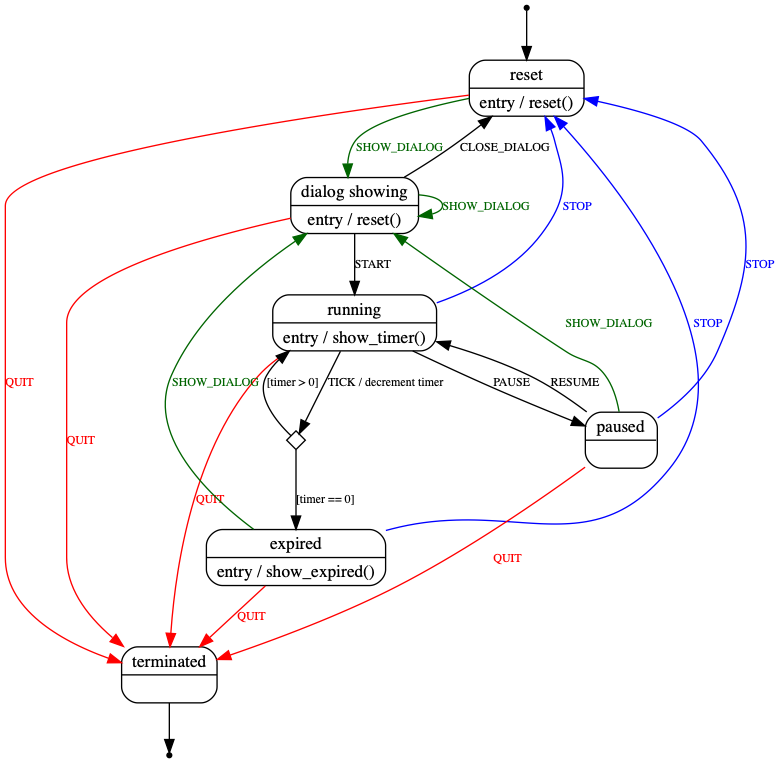
The Graphviz diagram docs/states.png in kristopherjohnson/MenubarCountdown, before a commit. Its source is kept beside it as docs/states.gv.
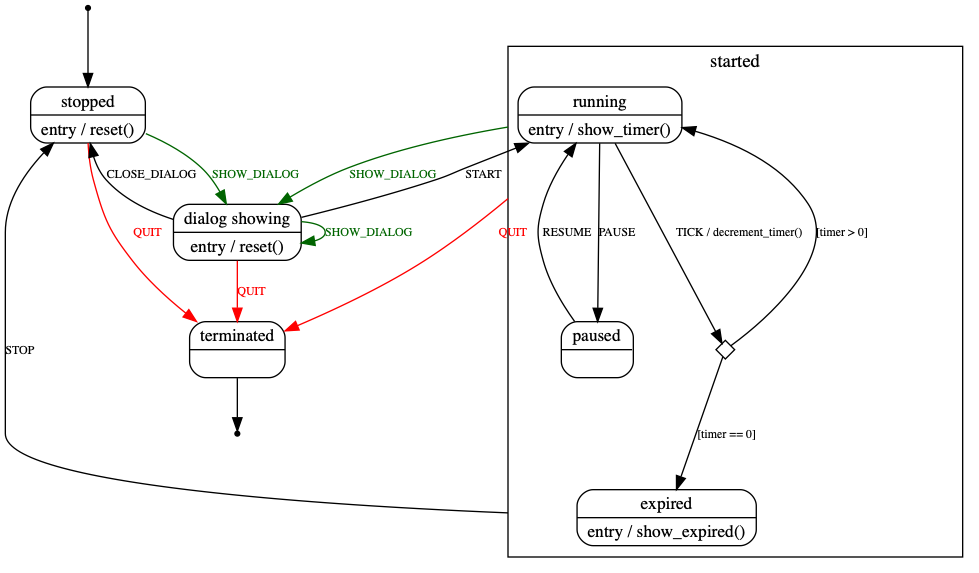
Above is the later version.

Commit message:
Use a hierarchical state machine for the diagram

The edit, as a diff of the source:
```diff
@@ -1,82 +1,103 @@
 strict digraph States {
-    forcelabels=true
+    graph [
+        forcelabels=true;
+        compound=true;
+    ]
 
     node [
-        shape=Mrecord
-        fontsize=13
-        label="{ \N | }"
+        shape=Mrecord;
+        fontsize=13;
+        label="{ \N | }";
     ]
 
     edge [
-        fontsize=9
+        fontsize=9;
     ]
 
-    # states
     init [
         shape=point
     ]
-    reset [
+
+    stopped [
         label="{ \N | entry / reset() }"
     ]
+
     dialog [
         label="{ dialog showing | entry / reset() }"
     ]
-    running [
-        label="{ \N | entry / show_timer() }"
-    ]
-    expired [
-        label="{ \N | entry / show_expired() }"
-    ]
-    paused [
-    ]
+
+    subgraph cluster_started {
+        label="started";
+
+        running [
+            label="{ \N | entry / show_timer() }"
+        ]
+        paused [
+        ]
+        expired [
+            label="{ \N | entry / show_expired() }"
+        ]
+
+        # PAUSE / RESUME
+        running    -> paused     [ label=PAUSE ]
+        paused     -> running    [ label=RESUME ]
+
+        # psuedostate
+        decrement  [
+            label=""
+            shape=diamond
+            fixedsize=true
+            height=0.2
+            width=0.2
+        ]
+        running    -> decrement  [ label="TICK / decrement_timer()" ]
+        decrement  -> running    [ label="[timer > 0]" ]
+        decrement  -> expired    [ label="[timer == 0]" ]
+    }
+
     terminated [
     ]
+
     exit [
         shape=point
     ]
 
-    # psuedostate
-    decrement  [
-        label=""
-        shape=diamond
-        fixedsize=true
-        height=0.2
-        width=0.2
-    ]
-
-    init -> reset
+    init -> stopped
 
     # SHOW_DIALOG
-    { reset, dialog, paused, expired } -> dialog [
+    { stopped, dialog } -> dialog [
         label=SHOW_DIALOG
         color=darkgreen
         fontcolor=darkgreen
     ]
+    running -> dialog [
+        label=SHOW_DIALOG;
+        color=darkgreen;
+        fontcolor=darkgreen;
+        ltail=cluster_started;
+    ]
 
-    # PAUSE / RESUME
-    running    -> paused     [ label=PAUSE ]
-    paused     -> running    [ label=RESUME ]
-
-    # Ticking
     dialog     -> running    [ label=START ]
-    dialog     -> reset      [ label=CLOSE_DIALOG ]
-    running    -> decrement  [ label="TICK / decrement timer" ]
-    decrement  -> running    [ label="[timer > 0]" ]
-    decrement  -> expired    [ label="[timer == 0]" ]
+    dialog     -> stopped    [ label=CLOSE_DIALOG ]
 
     # STOP
-    { expired, running, paused } -> reset [
+    expired -> stopped [
         label=STOP
-        color=blue
-        fontcolor=blue
+        ltail=cluster_started;
     ]
 
     # QUIT
-    { reset, dialog, running, expired, paused } -> terminated [
+    { stopped, dialog } -> terminated [
         label=QUIT
         color=red
         fontcolor=red
     ]
+    running -> terminated [
+        label=QUIT;
+        color=red;
+        fontcolor=red;
+        ltail=cluster_started;
+    ]
 
     terminated -> exit
 }
```
